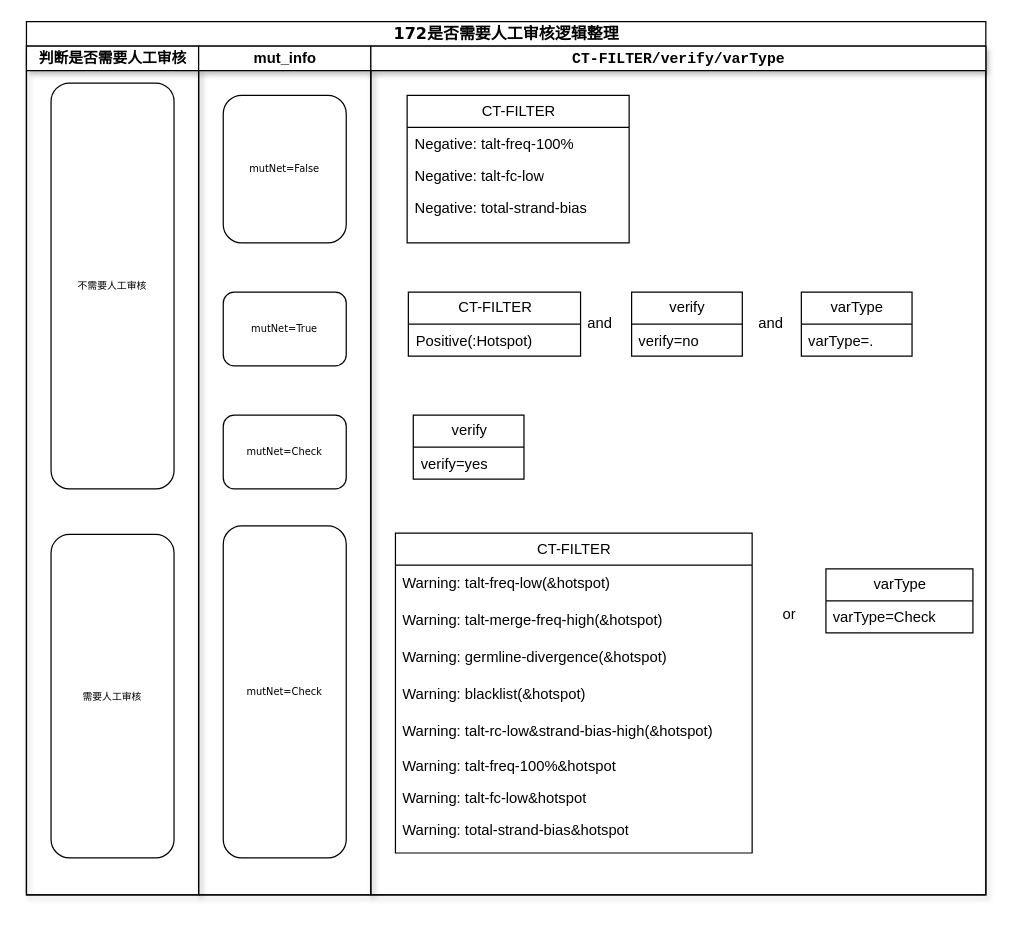
The draw.io diagram 172-0307 的副本.drawio in dingtian-genetronhealth/diagrams-genetron, before the edit. Source tidied: cells renumbered, new cells numbered last; positions are measured from the earlier drawing's top-left corner, leaving out a move shared by most shapes. Both pictures are drawn from the tidied source at 123%, with x=0, y=0 at pixel (26, 21).
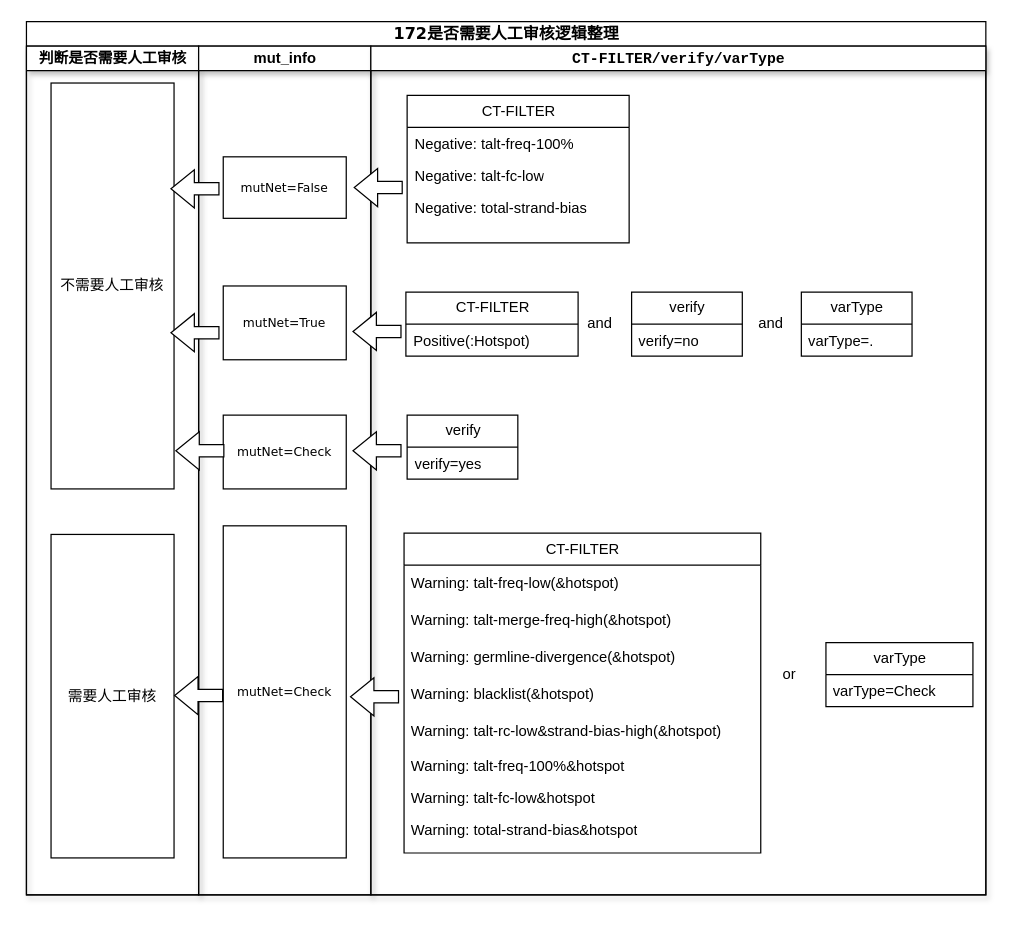
After the change.

Commit message:
更新172-0307 的副本.drawio

The change refers to these unchanged cells:
```xml
<mxCell id="3" value="判断是否需要人工审核" style="swimlane;html=1;startSize=20;shadow=1;" parent="2" vertex="1">
  <mxGeometry y="20" width="140" height="690" as="geometry" />
</mxCell>
<mxCell id="6" value="mut_info" style="swimlane;html=1;startSize=20;shadow=1;" parent="2" vertex="1">
  <mxGeometry x="140" y="20" width="140" height="690" as="geometry" />
</mxCell>
<mxCell id="11" value="&lt;code&gt;&lt;b&gt;CT-FILTER/verify/varType&lt;/b&gt;&lt;/code&gt;" style="swimlane;html=1;startSize=20;fontStyle=0;shadow=1;" parent="2" vertex="1">
  <mxGeometry x="280" y="20" width="500" height="690" as="geometry" />
</mxCell>
```

Diff of the diagram source:
```diff
@@
-    <mxCell id="4" value="不需要人工审核" style="rounded=1;whiteSpace=wrap;html=1;shadow=0;labelBackgroundColor=none;strokeWidth=1;fontFamily=Verdana;fontSize=8;align=center;" parent="3" vertex="1">
+    <mxCell id="4" value="不需要人工审核" style="rounded=0;whiteSpace=wrap;html=1;shadow=0;labelBackgroundColor=none;strokeWidth=1;fontFamily=Verdana;fontSize=12;align=center;glass=1;fillColor=none;" parent="3" vertex="1">
       <mxGeometry x="20" y="30" width="100" height="330" as="geometry" />
     </mxCell>
-    <mxCell id="5" value="需要人工审核" style="rounded=1;whiteSpace=wrap;html=1;shadow=0;labelBackgroundColor=none;strokeWidth=1;fontFamily=Verdana;fontSize=8;align=center;" parent="3" vertex="1">
+    <mxCell id="5" value="需要人工审核" style="rounded=0;whiteSpace=wrap;html=1;shadow=0;labelBackgroundColor=none;strokeWidth=1;fontFamily=Verdana;fontSize=12;align=center;fillColor=none;glass=1;" parent="3" vertex="1">
       <mxGeometry x="20" y="397" width="100" height="263" as="geometry" />
     </mxCell>
@@
-    <mxCell id="7" value="mutNet=True" style="rounded=1;whiteSpace=wrap;html=1;shadow=0;labelBackgroundColor=none;strokeWidth=1;fontFamily=Verdana;fontSize=8;align=center;" parent="6" vertex="1">
-      <mxGeometry x="20" y="200" width="100" height="60" as="geometry" />
+    <mxCell id="7" value="mutNet=True" style="rounded=0;whiteSpace=wrap;html=1;shadow=0;labelBackgroundColor=none;strokeWidth=1;fontFamily=Verdana;fontSize=10;align=center;fillColor=none;glass=1;" parent="6" vertex="1">
+      <mxGeometry x="20" y="195" width="100" height="60" as="geometry" />
     </mxCell>
-    <mxCell id="8" value="mutNet=Check" style="rounded=1;whiteSpace=wrap;html=1;shadow=0;labelBackgroundColor=none;strokeWidth=1;fontFamily=Verdana;fontSize=8;align=center;" parent="6" vertex="1">
+    <mxCell id="8" value="mutNet=Check" style="rounded=0;whiteSpace=wrap;html=1;shadow=0;labelBackgroundColor=none;strokeWidth=1;fontFamily=Verdana;fontSize=10;align=center;fillColor=none;glass=1;" parent="6" vertex="1">
       <mxGeometry x="20" y="390" width="100" height="270" as="geometry" />
     </mxCell>
-    <mxCell id="9" value="mutNet=False" style="rounded=1;whiteSpace=wrap;html=1;shadow=0;labelBackgroundColor=none;strokeWidth=1;fontFamily=Verdana;fontSize=8;align=center;strokeColor=default;" parent="6" vertex="1">
-      <mxGeometry x="20" y="40" width="100" height="120" as="geometry" />
+    <mxCell id="9" value="mutNet=False" style="rounded=0;whiteSpace=wrap;html=1;shadow=0;labelBackgroundColor=none;strokeWidth=1;fontFamily=Verdana;fontSize=10;align=center;strokeColor=default;fillColor=none;glass=1;" parent="6" vertex="1">
+      <mxGeometry x="20" y="90" width="100" height="50" as="geometry" />
     </mxCell>
-    <mxCell id="10" value="mutNet=Check" style="rounded=1;whiteSpace=wrap;html=1;shadow=0;labelBackgroundColor=none;strokeWidth=1;fontFamily=Verdana;fontSize=8;align=center;" parent="6" vertex="1">
+    <mxCell id="10" value="mutNet=Check" style="rounded=0;whiteSpace=wrap;html=1;shadow=0;labelBackgroundColor=none;strokeWidth=1;fontFamily=Verdana;fontSize=10;align=center;fillColor=none;glass=1;" parent="6" vertex="1">
       <mxGeometry x="20" y="300" width="100" height="60" as="geometry" />
     </mxCell>
@@
     <mxCell id="16" value="CT-FILTER" style="swimlane;fontStyle=0;horizontal=1;startSize=26;fillColor=none;html=1;" parent="11" vertex="1">
-      <mxGeometry x="30.5" y="200" width="140" height="52" as="geometry" />
+      <mxGeometry x="28.5" y="200" width="140" height="52" as="geometry" />
     </mxCell>
@@
     <mxCell id="24" value="CT-FILTER" style="swimlane;fontStyle=0;horizontal=1;startSize=26;fillColor=none;html=1;strokeColor=default;" parent="11" vertex="1">
-      <mxGeometry x="20" y="396" width="290" height="260" as="geometry" />
+      <mxGeometry x="27" y="396" width="290" height="260" as="geometry" />
     </mxCell>
@@
     <mxCell id="34" value="verify" style="swimlane;fontStyle=0;horizontal=1;startSize=26;fillColor=none;html=1;" parent="11" vertex="1">
-      <mxGeometry x="34.5" y="300" width="90" height="52" as="geometry" />
+      <mxGeometry x="29.5" y="300" width="90" height="52" as="geometry" />
     </mxCell>
@@
     <mxCell id="36" value="varType" style="swimlane;fontStyle=0;horizontal=1;startSize=26;fillColor=none;html=1;" parent="11" vertex="1">
-      <mxGeometry x="370" y="425" width="119.5" height="52" as="geometry" />
+      <mxGeometry x="370" y="485" width="119.5" height="52" as="geometry" />
     </mxCell>
@@
     <mxCell id="38" value="or" style="text;html=1;align=center;verticalAlign=middle;strokeColor=none;fillColor=none;" parent="11" vertex="1">
-      <mxGeometry x="325" y="447" width="30" height="30" as="geometry" />
+      <mxGeometry x="325" y="496" width="30" height="30" as="geometry" />
     </mxCell>
+    <mxCell id="39" style="shape=flexArrow;endArrow=classic;html=1;rounded=0;fillColor=default;" parent="1" edge="1">
+      <mxGeometry relative="1" as="geometry">
+        <mxPoint x="305" y="349" as="sourcePoint" />
+        <mxPoint x="265" y="349" as="targetPoint" />
+      </mxGeometry>
+    </mxCell>
+    <mxCell id="40" style="shape=flexArrow;endArrow=classic;html=1;rounded=0;fillColor=default;" parent="1" edge="1">
+      <mxGeometry relative="1" as="geometry">
+        <mxPoint x="306" y="135" as="sourcePoint" />
+        <mxPoint x="266" y="135" as="targetPoint" />
+      </mxGeometry>
+    </mxCell>
+    <mxCell id="41" style="shape=flexArrow;endArrow=classic;html=1;rounded=0;fillColor=default;" parent="1" edge="1">
+      <mxGeometry relative="1" as="geometry">
+        <mxPoint x="161" y="349" as="sourcePoint" />
+        <mxPoint x="121" y="349" as="targetPoint" />
+      </mxGeometry>
+    </mxCell>
+    <mxCell id="42" style="shape=flexArrow;endArrow=classic;html=1;rounded=0;fillColor=default;" parent="1" edge="1">
+      <mxGeometry relative="1" as="geometry">
+        <mxPoint x="303" y="549" as="sourcePoint" />
+        <mxPoint x="263" y="549" as="targetPoint" />
+      </mxGeometry>
+    </mxCell>
+    <mxCell id="43" style="shape=flexArrow;endArrow=classic;html=1;rounded=0;fillColor=default;" parent="1" edge="1">
+      <mxGeometry relative="1" as="geometry">
+        <mxPoint x="305" y="252" as="sourcePoint" />
+        <mxPoint x="265" y="252" as="targetPoint" />
+      </mxGeometry>
+    </mxCell>
+    <mxCell id="44" style="shape=flexArrow;endArrow=classic;html=1;rounded=0;fillColor=default;" parent="1" edge="1">
+      <mxGeometry relative="1" as="geometry">
+        <mxPoint x="157" y="136" as="sourcePoint" />
+        <mxPoint x="117" y="136" as="targetPoint" />
+      </mxGeometry>
+    </mxCell>
+    <mxCell id="45" style="shape=flexArrow;endArrow=classic;html=1;rounded=0;fillColor=default;" parent="1" edge="1">
+      <mxGeometry relative="1" as="geometry">
+        <mxPoint x="157" y="253" as="sourcePoint" />
+        <mxPoint x="117" y="253" as="targetPoint" />
+      </mxGeometry>
+    </mxCell>
+    <mxCell id="46" style="shape=flexArrow;endArrow=classic;html=1;rounded=0;fillColor=default;" parent="1" edge="1">
+      <mxGeometry relative="1" as="geometry">
+        <mxPoint x="160" y="548" as="sourcePoint" />
+        <mxPoint x="120" y="548" as="targetPoint" />
+      </mxGeometry>
+    </mxCell>
```
